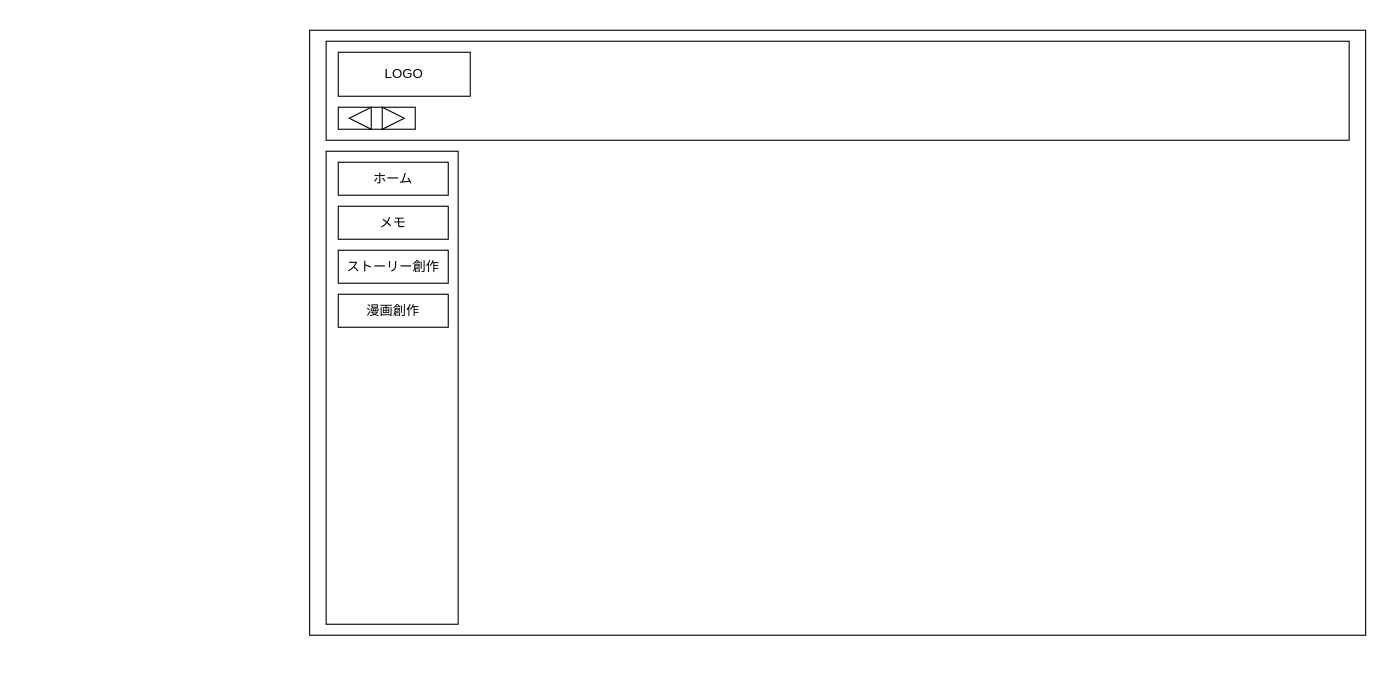
Earlier version of the draw.io diagram docs/02-screen-design/wireframes/home.drawio (tottemoren/Rebuild-with-ClaudeCode). Source tidied: cells renumbered, new cells numbered last; positions are measured from the earlier drawing's top-left corner, leaving out a move shared by most shapes. Both pictures are drawn from the tidied source at 110%, with x=0, y=0 at pixel (309, 30).
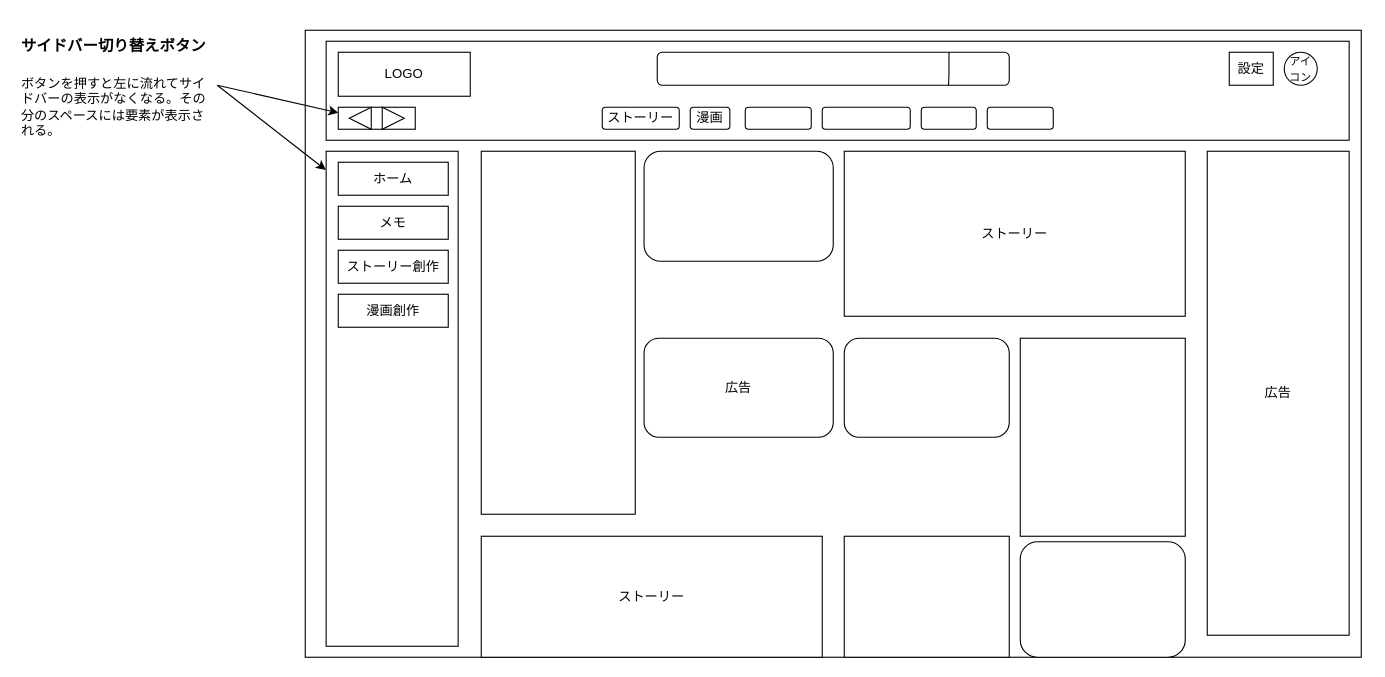
After the change.

The change refers to these unchanged cells:
```xml
<mxCell id="10" style="rounded=0;whiteSpace=wrap;html=1;" parent="1" vertex="1">
  <mxGeometry x="26" y="70" width="70" height="20" as="geometry" />
</mxCell>
```

The edit, as a diff of the source:
```diff
@@
     <mxCell id="2" style="rounded=0;whiteSpace=wrap;html=1;" parent="1" vertex="1">
-      <mxGeometry width="960" height="550" as="geometry" />
+      <mxGeometry x="-4" width="960" height="570" as="geometry" />
     </mxCell>
@@
     <mxCell id="5" style="rounded=0;whiteSpace=wrap;html=1;" parent="1" vertex="1">
-      <mxGeometry x="15" y="110" width="120" height="430" as="geometry" />
+      <mxGeometry x="15" y="110" width="120" height="450" as="geometry" />
     </mxCell>
@@
+    <mxCell id="13" value="広告" style="rounded=0;whiteSpace=wrap;html=1;" parent="1" vertex="1">
+      <mxGeometry x="816" y="110" width="129" height="440" as="geometry" />
+    </mxCell>
+    <mxCell id="14" style="rounded=1;whiteSpace=wrap;html=1;" parent="1" vertex="1">
+      <mxGeometry x="316" y="20" width="320" height="30" as="geometry" />
+    </mxCell>
+    <mxCell id="15" style="endArrow=none;html=1;rounded=0;exitX=0.592;exitY=0.444;exitDx=0;exitDy=0;exitPerimeter=0;" parent="1" edge="1">
+      <mxGeometry relative="1" as="geometry">
+        <mxPoint x="580.8" y="50" as="sourcePoint" />
+        <mxPoint x="581.2" y="20" as="targetPoint" />
+        <Array as="points">
+          <mxPoint x="581.2" y="40" />
+        </Array>
+      </mxGeometry>
+    </mxCell>
+    <mxCell id="16" value="&lt;font style=&quot;font-size: 10px;&quot;&gt;アイコン&lt;/font&gt;" style="ellipse;whiteSpace=wrap;html=1;" parent="1" vertex="1">
+      <mxGeometry x="886" y="20" width="30" height="30" as="geometry" />
+    </mxCell>
+    <mxCell id="17" value="ストーリー" style="rounded=1;whiteSpace=wrap;html=1;" parent="1" vertex="1">
+      <mxGeometry x="266" y="70" width="70" height="20" as="geometry" />
+    </mxCell>
+    <mxCell id="18" value="漫画" style="rounded=1;whiteSpace=wrap;html=1;" parent="1" vertex="1">
+      <mxGeometry x="346" y="70" width="36" height="20" as="geometry" />
+    </mxCell>
+    <mxCell id="19" style="rounded=1;whiteSpace=wrap;html=1;" parent="1" vertex="1">
+      <mxGeometry x="396" y="70" width="60" height="20" as="geometry" />
+    </mxCell>
+    <mxCell id="20" style="rounded=1;whiteSpace=wrap;html=1;" parent="1" vertex="1">
+      <mxGeometry x="466" y="70" width="80" height="20" as="geometry" />
+    </mxCell>
+    <mxCell id="21" style="rounded=1;whiteSpace=wrap;html=1;" parent="1" vertex="1">
+      <mxGeometry x="556" y="70" width="50" height="20" as="geometry" />
+    </mxCell>
+    <mxCell id="22" style="rounded=1;whiteSpace=wrap;html=1;" parent="1" vertex="1">
+      <mxGeometry x="616" y="70" width="60" height="20" as="geometry" />
+    </mxCell>
+    <mxCell id="23" value="ストーリー" style="rounded=0;whiteSpace=wrap;html=1;" parent="1" vertex="1">
+      <mxGeometry x="486" y="110" width="310" height="150" as="geometry" />
+    </mxCell>
+    <mxCell id="24" value="ストーリー" style="rounded=0;whiteSpace=wrap;html=1;" parent="1" vertex="1">
+      <mxGeometry x="156" y="460" width="310" height="110" as="geometry" />
+    </mxCell>
+    <mxCell id="25" style="rounded=0;whiteSpace=wrap;html=1;" parent="1" vertex="1">
+      <mxGeometry x="156" y="110" width="140" height="330" as="geometry" />
+    </mxCell>
+    <mxCell id="26" style="rounded=1;whiteSpace=wrap;html=1;" parent="1" vertex="1">
+      <mxGeometry x="304" y="110" width="172" height="100" as="geometry" />
+    </mxCell>
+    <mxCell id="27" value="広告" style="rounded=1;whiteSpace=wrap;html=1;" parent="1" vertex="1">
+      <mxGeometry x="304" y="280" width="172" height="90" as="geometry" />
+    </mxCell>
+    <mxCell id="28" style="rounded=1;whiteSpace=wrap;html=1;" parent="1" vertex="1">
+      <mxGeometry x="486" y="280" width="150" height="90" as="geometry" />
+    </mxCell>
+    <mxCell id="29" style="rounded=0;whiteSpace=wrap;html=1;" parent="1" vertex="1">
+      <mxGeometry x="646" y="280" width="150" height="180" as="geometry" />
+    </mxCell>
+    <mxCell id="30" style="rounded=1;whiteSpace=wrap;html=1;" parent="1" vertex="1">
+      <mxGeometry x="646" y="465" width="150" height="105" as="geometry" />
+    </mxCell>
+    <mxCell id="31" style="rounded=0;whiteSpace=wrap;html=1;" parent="1" vertex="1">
+      <mxGeometry x="486" y="460" width="150" height="110" as="geometry" />
+    </mxCell>
+    <mxCell id="32" value="設定" style="rounded=0;whiteSpace=wrap;html=1;" parent="1" vertex="1">
+      <mxGeometry x="836" y="20" width="40" height="30" as="geometry" />
+    </mxCell>
+    <mxCell id="33" style="endArrow=classic;html=1;rounded=0;entryX=0;entryY=0.25;entryDx=0;entryDy=0;" parent="1" edge="1" target="10">
+      <mxGeometry relative="1" as="geometry">
+        <mxPoint x="-84" y="50" as="sourcePoint" />
+      </mxGeometry>
+    </mxCell>
+    <mxCell id="34" style="endArrow=classic;html=1;rounded=0;entryX=-0.002;entryY=0.038;entryDx=0;entryDy=0;entryPerimeter=0;" parent="1" edge="1" target="5">
+      <mxGeometry relative="1" as="geometry">
+        <mxPoint x="-84" y="50" as="sourcePoint" />
+      </mxGeometry>
+    </mxCell>
+    <mxCell id="35" value="&lt;h1 style=&quot;margin-top: 0px;&quot;&gt;&lt;font style=&quot;font-size: 14px;&quot;&gt;サイドバー切り替えボタン&lt;/font&gt;&lt;/h1&gt;&lt;p&gt;ボタンを押すと左に流れてサイドバーの表示がなくなる。その分のスペースには要素が表示される。&lt;/p&gt;" style="text;html=1;whiteSpace=wrap;overflow=hidden;rounded=0;" parent="1" vertex="1">
+      <mxGeometry x="-264" y="-10" width="180" height="120" as="geometry" />
+    </mxCell>
```
